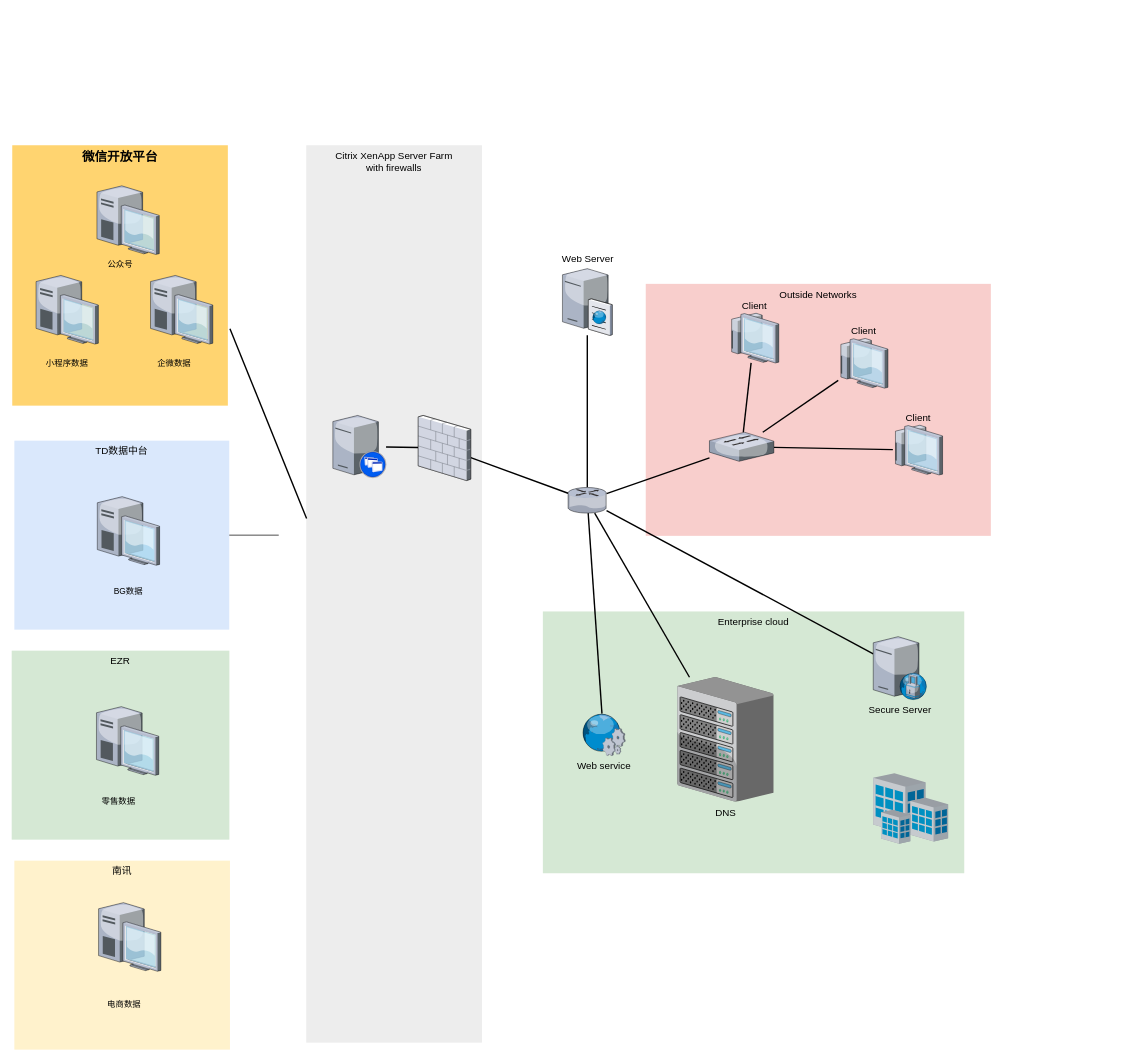
Earlier version of the draw.io diagram source/特步CDP网络拓扑图.drawio (DThadch/draw). Source tidied: cells renumbered, new cells numbered last; positions are measured from the earlier drawing's top-left corner, leaving out a move shared by most shapes. Both pictures are drawn from the tidied source at 70%, with x=0, y=0 at pixel (11, 145).
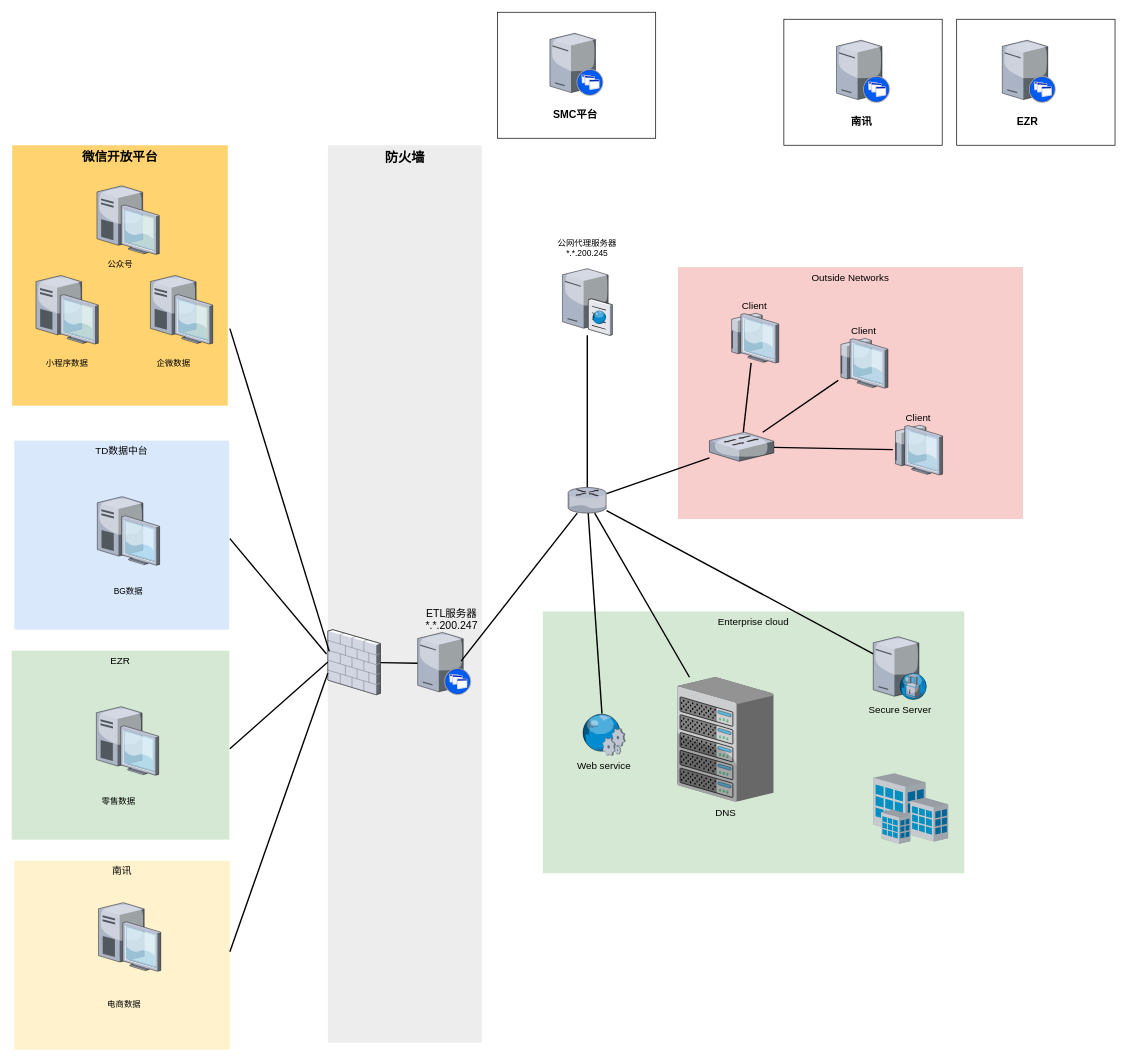
After the change.

Commit message (it also covers changes not shown here):
更新特步CDP网络拓扑图.drawio

Unchanged cells that the change refers to:
```xml
<mxCell id="16" style="verticalLabelPosition=bottom;html=1;verticalAlign=top;strokeColor=none;shape=mxgraph.citrix.router;fillColor=#66B2FF;gradientColor=#0066CC;fontSize=14;" parent="1" vertex="1">
  <mxGeometry x="795" y="489" width="55" height="36.5" as="geometry" />
</mxCell>
```

Change to the diagram source:
```diff
@@
+    <mxCell id="45" style="rounded=0;whiteSpace=wrap;html=1;" parent="1" vertex="1">
+      <mxGeometry x="694" y="-190" width="226.2" height="180" as="geometry" />
+    </mxCell>
     <mxCell id="2" value="Outside Networks" style="whiteSpace=wrap;html=1;fillColor=#f8cecc;fontSize=14;strokeColor=none;verticalAlign=top;" parent="1" vertex="1">
-      <mxGeometry x="906" y="198" width="493" height="360" as="geometry" />
+      <mxGeometry x="952" y="174" width="493" height="360" as="geometry" />
     </mxCell>
@@
-    <mxCell id="4" value="Citrix XenApp Server Farm&lt;div&gt;with firewalls&lt;/div&gt;" style="whiteSpace=wrap;html=1;fillColor=#EDEDED;fontSize=14;strokeColor=none;verticalAlign=top;" parent="1" vertex="1">
-      <mxGeometry x="421" width="251" height="1282" as="geometry" />
+    <mxCell id="4" value="&lt;font size=&quot;1&quot; style=&quot;&quot;&gt;&lt;b style=&quot;font-size: 19px;&quot;&gt;防火墙&lt;/b&gt;&lt;/font&gt;" style="whiteSpace=wrap;html=1;fillColor=#EDEDED;fontSize=14;strokeColor=none;verticalAlign=top;" parent="1" vertex="1">
+      <mxGeometry x="451.9" width="220" height="1282" as="geometry" />
     </mxCell>
     <mxCell id="5" value="TD数据中台" style="whiteSpace=wrap;html=1;fillColor=#dae8fc;fontSize=14;strokeColor=none;verticalAlign=top;" parent="1" vertex="1">
-      <mxGeometry x="4" y="422" width="307" height="270" as="geometry" />
+      <mxGeometry x="3.9" y="422" width="307" height="270" as="geometry" />
     </mxCell>
     <mxCell id="6" value="&lt;b&gt;&lt;font style=&quot;font-size: 18px;&quot;&gt;微信开放平台&lt;/font&gt;&lt;/b&gt;" style="whiteSpace=wrap;html=1;fillColor=#FFD470;gradientColor=none;fontSize=14;strokeColor=none;verticalAlign=top;" parent="1" vertex="1">
-      <mxGeometry x="1" width="308" height="372" as="geometry" />
+      <mxGeometry x="0.9" width="308" height="372" as="geometry" />
     </mxCell>
     <mxCell id="7" style="verticalLabelPosition=bottom;html=1;verticalAlign=top;strokeColor=none;shape=mxgraph.citrix.desktop;fillColor=#66B2FF;gradientColor=#0066CC;fontSize=14;" parent="1" vertex="1">
-      <mxGeometry x="198.5" y="186" width="89" height="98" as="geometry" />
+      <mxGeometry x="198.4" y="186" width="89" height="98" as="geometry" />
     </mxCell>
     <mxCell id="8" style="verticalLabelPosition=bottom;html=1;verticalAlign=top;strokeColor=none;shape=mxgraph.citrix.desktop;fillColor=#66B2FF;gradientColor=#0066CC;fontSize=14;" parent="1" vertex="1">
-      <mxGeometry x="35" y="186" width="89" height="98" as="geometry" />
+      <mxGeometry x="34.9" y="186" width="89" height="98" as="geometry" />
     </mxCell>
@@
     <mxCell id="11" style="verticalLabelPosition=bottom;html=1;verticalAlign=top;strokeColor=none;shape=mxgraph.citrix.xenapp_server;fillColor=#66B2FF;gradientColor=#0066CC;fontSize=14;" parent="1" vertex="1">
-      <mxGeometry x="459" y="386" width="76" height="89" as="geometry" />
+      <mxGeometry x="580.2" y="696" width="76" height="89" as="geometry" />
     </mxCell>
@@
-    <mxCell id="17" value="Web Server" style="verticalLabelPosition=top;html=1;verticalAlign=bottom;strokeColor=none;shape=mxgraph.citrix.cache_server;fillColor=#66B2FF;gradientColor=#0066CC;fontSize=14;labelPosition=center;align=center;" parent="1" vertex="1">
+    <mxCell id="17" style="verticalLabelPosition=top;html=1;verticalAlign=bottom;strokeColor=none;shape=mxgraph.citrix.cache_server;fillColor=#66B2FF;gradientColor=#0066CC;fontSize=14;labelPosition=center;align=center;" parent="1" vertex="1">
       <mxGeometry x="787" y="174" width="71" height="97.5" as="geometry" />
     </mxCell>
@@
-    <mxCell id="19" style="edgeStyle=none;rounded=0;html=1;startSize=10;endSize=10;jettySize=auto;fontSize=14;endArrow=none;endFill=0;strokeWidth=2;" parent="1" edge="1" source="20" target="16">
+    <mxCell id="19" style="edgeStyle=none;rounded=0;html=1;startSize=10;endSize=10;jettySize=auto;fontSize=14;endArrow=none;endFill=0;strokeWidth=2;exitX=0.816;exitY=0.461;exitDx=0;exitDy=0;exitPerimeter=0;" parent="1" edge="1" source="11" target="16">
       <mxGeometry relative="1" as="geometry" />
     </mxCell>
     <mxCell id="20" style="verticalLabelPosition=bottom;html=1;verticalAlign=top;strokeColor=none;shape=mxgraph.citrix.firewall;fillColor=#66B2FF;gradientColor=#0066CC;fontSize=14;" parent="1" vertex="1">
-      <mxGeometry x="581" y="386" width="75" height="93" as="geometry" />
+      <mxGeometry x="451.9" y="692" width="75" height="93" as="geometry" />
     </mxCell>
@@
     <mxCell id="32" value="公众号" style="text;html=1;align=center;verticalAlign=middle;whiteSpace=wrap;rounded=0;" parent="1" vertex="1">
-      <mxGeometry x="122" y="156" width="67" height="30" as="geometry" />
+      <mxGeometry x="121.9" y="156" width="67" height="30" as="geometry" />
     </mxCell>
     <mxCell id="33" value="小程序数据" style="text;html=1;align=center;verticalAlign=middle;whiteSpace=wrap;rounded=0;" parent="1" vertex="1">
-      <mxGeometry x="46" y="296.5" width="67" height="30" as="geometry" />
+      <mxGeometry x="45.9" y="296.5" width="67" height="30" as="geometry" />
     </mxCell>
     <mxCell id="34" value="企微数据" style="text;html=1;align=center;verticalAlign=middle;whiteSpace=wrap;rounded=0;" parent="1" vertex="1">
-      <mxGeometry x="198.5" y="296.5" width="67" height="30" as="geometry" />
+      <mxGeometry x="198.4" y="296.5" width="67" height="30" as="geometry" />
     </mxCell>
-    <mxCell id="35" style="endArrow=none;html=1;rounded=0;entryX=0.002;entryY=0.416;entryDx=0;entryDy=0;entryPerimeter=0;strokeWidth=2;" parent="1" edge="1" target="4">
+    <mxCell id="35" style="endArrow=none;html=1;rounded=0;entryX=0.009;entryY=0.564;entryDx=0;entryDy=0;entryPerimeter=0;strokeWidth=2;" parent="1" edge="1" target="4">
       <mxGeometry relative="1" as="geometry">
-        <mxPoint x="312" y="262" as="sourcePoint" />
+        <mxPoint x="311.9" y="262" as="sourcePoint" />
       </mxGeometry>
     </mxCell>
@@
     <mxCell id="37" value="BG数据" style="text;html=1;align=center;verticalAlign=middle;whiteSpace=wrap;rounded=0;" parent="1" vertex="1">
-      <mxGeometry x="137" y="623" width="60" height="30" as="geometry" />
+      <mxGeometry x="136.9" y="623" width="60" height="30" as="geometry" />
     </mxCell>
@@
     <mxCell id="39" style="verticalLabelPosition=bottom;html=1;verticalAlign=top;strokeColor=none;shape=mxgraph.citrix.desktop;fillColor=#66B2FF;gradientColor=#0066CC;fontSize=14;" parent="1" vertex="1">
-      <mxGeometry x="121.3" y="802" width="89" height="98" as="geometry" />
+      <mxGeometry x="121.2" y="802" width="89" height="98" as="geometry" />
     </mxCell>
@@
     <mxCell id="41" value="南讯" style="whiteSpace=wrap;html=1;fillColor=#fff2cc;fontSize=14;strokeColor=none;verticalAlign=top;" parent="1" vertex="1">
-      <mxGeometry x="4" y="1022" width="308" height="270" as="geometry" />
+      <mxGeometry x="3.9" y="1022" width="308" height="270" as="geometry" />
     </mxCell>
     <mxCell id="42" style="verticalLabelPosition=bottom;html=1;verticalAlign=top;strokeColor=none;shape=mxgraph.citrix.desktop;fillColor=#66B2FF;gradientColor=#0066CC;fontSize=14;" parent="1" vertex="1">
-      <mxGeometry x="124.3" y="1082" width="89" height="98" as="geometry" />
+      <mxGeometry x="124.2" y="1082" width="89" height="98" as="geometry" />
     </mxCell>
     <mxCell id="43" value="电商数据" style="text;html=1;align=center;verticalAlign=middle;whiteSpace=wrap;rounded=0;" parent="1" vertex="1">
-      <mxGeometry x="130.8" y="1212" width="60" height="30" as="geometry" />
+      <mxGeometry x="130.7" y="1212" width="60" height="30" as="geometry" />
     </mxCell>
-    <mxCell id="44" style="endArrow=none;html=1;rounded=0;" parent="1" edge="1" source="5">
-      <mxGeometry relative="1" as="geometry">
-        <mxPoint x="381.7" y="557" as="targetPoint" />
-      </mxGeometry>
-    </mxCell>
+    <mxCell id="46" style="endArrow=none;html=1;rounded=0;entryX=-0.009;entryY=0.567;entryDx=0;entryDy=0;entryPerimeter=0;strokeWidth=2;" parent="1" edge="1" target="4">
+      <mxGeometry relative="1" as="geometry">
+        <mxPoint x="311.9" y="562" as="sourcePoint" />
+      </mxGeometry>
+    </mxCell>
+    <mxCell id="47" style="endArrow=none;html=1;rounded=0;strokeWidth=2;" parent="1" edge="1" target="4">
+      <mxGeometry relative="1" as="geometry">
+        <mxPoint x="311.9" y="862" as="sourcePoint" />
+      </mxGeometry>
+    </mxCell>
+    <mxCell id="48" style="endArrow=none;html=1;rounded=0;entryX=0;entryY=0.588;entryDx=0;entryDy=0;entryPerimeter=0;strokeWidth=2;" parent="1" edge="1" target="4">
+      <mxGeometry relative="1" as="geometry">
+        <mxPoint x="311.9" y="1152" as="sourcePoint" />
+      </mxGeometry>
+    </mxCell>
+    <mxCell id="49" value="ETL服务器&lt;div style=&quot;font-size: 15px;&quot;&gt;*.*.200.247&lt;/div&gt;" style="text;html=1;align=center;verticalAlign=middle;whiteSpace=wrap;rounded=0;fontSize=15;" parent="1" vertex="1">
+      <mxGeometry x="559" y="662" width="140" height="30" as="geometry" />
+    </mxCell>
+    <mxCell id="50" value="公网代理服务器&lt;div&gt;*.*.200.245&lt;/div&gt;" style="text;html=1;align=center;verticalAlign=middle;whiteSpace=wrap;rounded=0;" parent="1" vertex="1">
+      <mxGeometry x="770" y="132" width="105" height="30" as="geometry" />
+    </mxCell>
+    <mxCell id="51" style="verticalLabelPosition=bottom;html=1;verticalAlign=top;strokeColor=none;shape=mxgraph.citrix.xenapp_server;fillColor=#66B2FF;gradientColor=#0066CC;fontSize=14;" parent="1" vertex="1">
+      <mxGeometry x="769.1" y="-160" width="76" height="89" as="geometry" />
+    </mxCell>
+    <mxCell id="52" value="SMC平台" style="text;html=1;align=center;verticalAlign=middle;whiteSpace=wrap;rounded=0;fontSize=15;fontStyle=1;" parent="1" vertex="1">
+      <mxGeometry x="759" y="-60" width="93.1" height="30" as="geometry" />
+    </mxCell>
+    <mxCell id="53" style="rounded=0;whiteSpace=wrap;html=1;" parent="1" vertex="1">
+      <mxGeometry x="1103.3" y="-180" width="226.2" height="180" as="geometry" />
+    </mxCell>
+    <mxCell id="54" style="verticalLabelPosition=bottom;html=1;verticalAlign=top;strokeColor=none;shape=mxgraph.citrix.xenapp_server;fillColor=#66B2FF;gradientColor=#0066CC;fontSize=14;" parent="1" vertex="1">
+      <mxGeometry x="1178.5" y="-150" width="76" height="89" as="geometry" />
+    </mxCell>
+    <mxCell id="55" value="南讯" style="text;html=1;align=center;verticalAlign=middle;whiteSpace=wrap;rounded=0;fontSize=15;fontStyle=1;" parent="1" vertex="1">
+      <mxGeometry x="1168.3" y="-50" width="93.1" height="30" as="geometry" />
+    </mxCell>
+    <mxCell id="56" style="rounded=0;whiteSpace=wrap;html=1;" parent="1" vertex="1">
+      <mxGeometry x="1350.2" y="-180" width="226.2" height="180" as="geometry" />
+    </mxCell>
+    <mxCell id="57" style="verticalLabelPosition=bottom;html=1;verticalAlign=top;strokeColor=none;shape=mxgraph.citrix.xenapp_server;fillColor=#66B2FF;gradientColor=#0066CC;fontSize=14;" parent="1" vertex="1">
+      <mxGeometry x="1415.3" y="-150" width="76" height="89" as="geometry" />
+    </mxCell>
+    <mxCell id="58" value="EZR" style="text;html=1;align=center;verticalAlign=middle;whiteSpace=wrap;rounded=0;fontSize=15;fontStyle=1;" parent="1" vertex="1">
+      <mxGeometry x="1405.2" y="-50" width="93.1" height="30" as="geometry" />
+    </mxCell>
```
